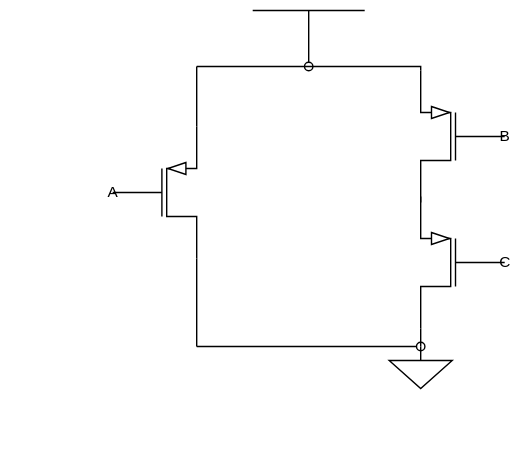
The draw.io diagram drawio/11_abstract.drawio.svg in cd-public/hw_asm, before a commit. Source tidied: cells renumbered, new cells last; positions are measured from the earlier drawing's top-left corner, leaving out a move shared by most shapes.
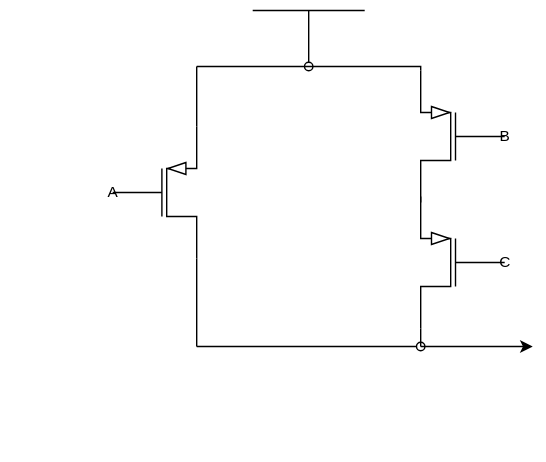
After the change.

What changed in the source:
```diff
@@ -69,8 +69,11 @@
         </Array>
       </mxGeometry>
     </mxCell>
-    <mxCell id="15" style="verticalLabelPosition=bottom;shadow=0;dashed=0;align=center;html=1;verticalAlign=top;shape=mxgraph.electrical.signal_sources.signal_ground;labelPerimeter=1;" parent="1" vertex="1">
-      <mxGeometry x="277.5" y="240" width="45" height="30" as="geometry" />
-    </mxCell>
+    <mxCell id="16" style="endArrow=classic;html=1;rounded=0;defaultLabelBackgroundColor=gap;" parent="1" edge="1">
+      <mxGeometry relative="1" as="geometry">
+        <mxPoint x="300" y="240" as="sourcePoint" />
+        <mxPoint x="380" y="240" as="targetPoint" />
+      </mxGeometry>
+    </mxCell>
   </root>
 </mxGraphModel>
```
